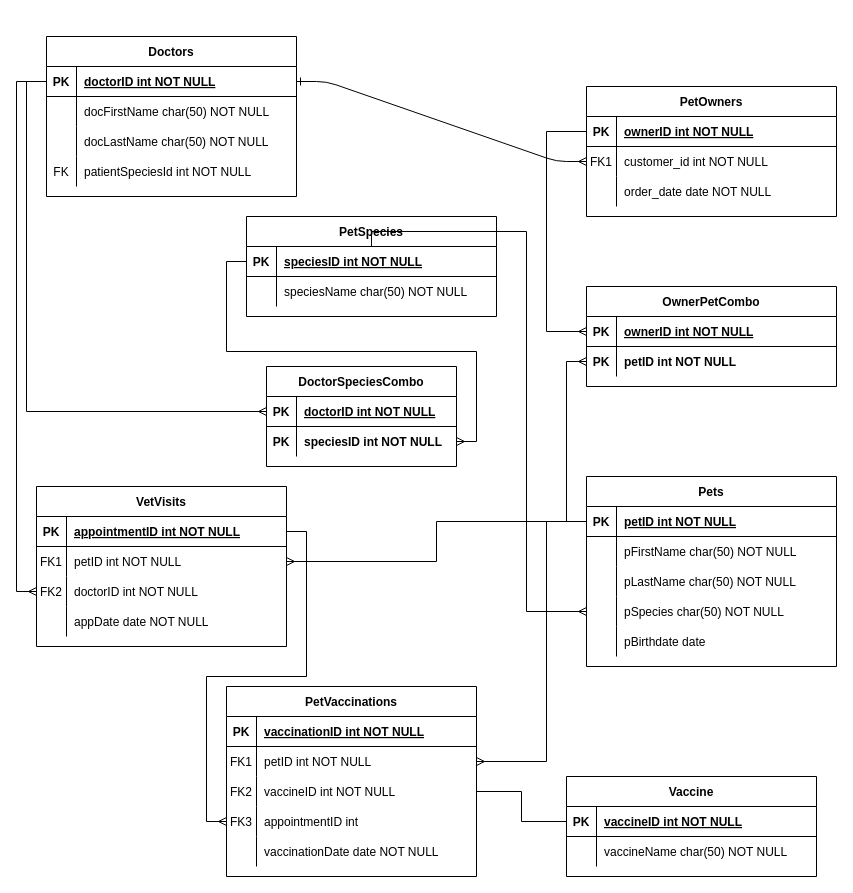
The draw.io diagram SQL stuff/In-class ERDs/Untitled Diagram.drawio in The-Software-Guild/git---github-B-Rust, before the edit. Source tidied: cells renumbered, new cells numbered last; positions are measured from the earlier drawing's top-left corner, leaving out a move shared by most shapes. Both pictures are drawn from the tidied source at 100%, with x=0, y=0 at pixel (36, 36).
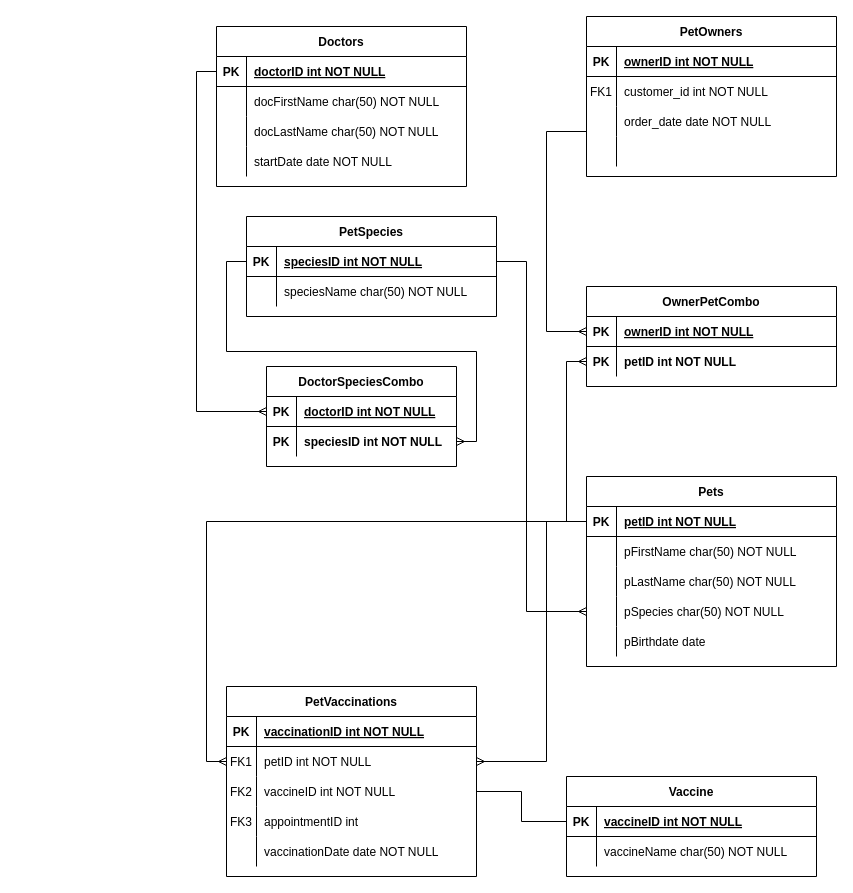
After the change.

The change refers to these unchanged cells:
```xml
<mxCell id="7" style="shape=partialRectangle;fillColor=none;points=[[0,0.5],[1,0.5]];portConstraint=eastwest;top=0;left=0;right=0;bottom=0;" parent="3" vertex="1">
  <mxGeometry y="60" width="250" height="30" as="geometry" />
</mxCell>
<mxCell id="14" style="shape=partialRectangle;fillColor=none;points=[[0,0.5],[1,0.5]];portConstraint=eastwest;top=0;left=0;right=0;bottom=1;" parent="13" vertex="1">
  <mxGeometry y="30" width="250" height="30" as="geometry" />
</mxCell>
<mxCell id="23" style="shape=partialRectangle;fillColor=none;points=[[0,0.5],[1,0.5]];portConstraint=eastwest;top=0;left=0;right=0;bottom=0;" parent="13" vertex="1">
  <mxGeometry y="120" width="250" height="30" as="geometry" />
</mxCell>
<mxCell id="30" style="shape=partialRectangle;fillColor=none;points=[[0,0.5],[1,0.5]];portConstraint=eastwest;top=0;left=0;right=0;bottom=1;" parent="29" vertex="1">
  <mxGeometry y="30" width="250" height="30" as="geometry" />
</mxCell>
<mxCell id="39" style="shape=partialRectangle;fillColor=none;top=0;left=0;right=0;bottom=0;" parent="29" vertex="1">
  <mxGeometry y="120" width="250" height="30" as="geometry" />
</mxCell>
<mxCell id="66" style="shape=partialRectangle;fillColor=none;points=[[0,0.5],[1,0.5]];portConstraint=eastwest;top=0;left=0;right=0;bottom=0;" parent="62" vertex="1">
  <mxGeometry y="60" width="250" height="30" as="geometry" />
</mxCell>
<mxCell id="72" style="shape=partialRectangle;fillColor=none;points=[[0,0.5],[1,0.5]];portConstraint=eastwest;top=0;left=0;right=0;bottom=0;" parent="62" vertex="1">
  <mxGeometry y="120" width="250" height="30" as="geometry" />
</mxCell>
<mxCell id="86" style="shape=partialRectangle;fillColor=none;points=[[0,0.5],[1,0.5]];portConstraint=eastwest;top=0;left=0;right=0;bottom=1;" parent="85" vertex="1">
  <mxGeometry y="30" width="250" height="30" as="geometry" />
</mxCell>
```

The edit, as a diff of the source:
```diff
@@
-    <mxCell id="2" style="edgeStyle=entityRelationEdgeStyle;endArrow=ERmany;startArrow=ERone;endFill=0;startFill=0;" parent="1" edge="1" source="30" target="7">
-      <mxGeometry relative="1" as="geometry" />
-    </mxCell>
     <mxCell id="3" value="PetOwners" style="shape=table;startSize=30;childLayout=tableLayout;rowLines=0;fontStyle=1;align=center;" parent="1" vertex="1">
-      <mxGeometry x="550" y="50" width="250" height="130" as="geometry" />
+      <mxGeometry x="550" y="-20" width="250" height="160" as="geometry" />
     </mxCell>
@@
+    <mxCell id="59" style="shape=partialRectangle;fillColor=none;top=0;left=0;right=0;bottom=0;" parent="3" vertex="1">
+      <mxGeometry y="120" width="250" height="30" as="geometry" />
+    </mxCell>
+    <mxCell id="60" style="shape=partialRectangle;overflow=hidden;fillColor=none;top=0;left=0;bottom=0;right=0;" parent="59" vertex="1">
+      <mxGeometry width="30" height="30" as="geometry" />
+    </mxCell>
+    <mxCell id="109" style="shape=partialRectangle;overflow=hidden;fillColor=none;top=0;left=0;bottom=0;right=0;align=left;spacingLeft=6;" parent="59" vertex="1">
+      <mxGeometry x="30" width="220" height="30" as="geometry" />
+    </mxCell>
@@
     <mxCell id="29" value="Doctors" style="shape=table;startSize=30;childLayout=tableLayout;rowLines=0;fontStyle=1;align=center;" parent="1" vertex="1">
-      <mxGeometry x="10" width="250" height="160" as="geometry" />
+      <mxGeometry x="180" y="-10" width="250" height="160" as="geometry" />
     </mxCell>
@@
-    <mxCell id="40" value="FK" style="shape=partialRectangle;overflow=hidden;fillColor=none;top=0;left=0;bottom=0;right=0;" parent="39" vertex="1">
+    <mxCell id="40" style="shape=partialRectangle;overflow=hidden;fillColor=none;top=0;left=0;bottom=0;right=0;" parent="39" vertex="1">
       <mxGeometry width="30" height="30" as="geometry" />
     </mxCell>
-    <mxCell id="41" value="patientSpeciesId int NOT NULL" style="shape=partialRectangle;overflow=hidden;fillColor=none;top=0;left=0;bottom=0;right=0;align=left;spacingLeft=6;" parent="39" vertex="1">
+    <mxCell id="41" value="startDate date NOT NULL" style="shape=partialRectangle;overflow=hidden;fillColor=none;top=0;left=0;bottom=0;right=0;align=left;spacingLeft=6;" parent="39" vertex="1">
       <mxGeometry x="30" width="220" height="30" as="geometry" />
     </mxCell>
@@
-    <mxCell id="49" value="VetVisits" style="shape=table;startSize=30;childLayout=tableLayout;rowLines=0;fontStyle=1;align=center;" parent="1" vertex="1">
-      <mxGeometry y="450" width="250" height="160" as="geometry" />
-    </mxCell>
-    <mxCell id="50" style="shape=partialRectangle;fillColor=none;points=[[0,0.5],[1,0.5]];portConstraint=eastwest;top=0;left=0;right=0;bottom=1;" parent="49" vertex="1">
-      <mxGeometry y="30" width="250" height="30" as="geometry" />
-    </mxCell>
-    <mxCell id="51" value="PK" style="shape=partialRectangle;overflow=hidden;fillColor=none;top=0;left=0;bottom=0;right=0;fontStyle=1;" parent="50" vertex="1">
-      <mxGeometry width="30" height="30" as="geometry" />
-    </mxCell>
-    <mxCell id="52" value="appointmentID int NOT NULL " style="shape=partialRectangle;overflow=hidden;fillColor=none;top=0;left=0;bottom=0;right=0;align=left;spacingLeft=6;fontStyle=5;" parent="50" vertex="1">
-      <mxGeometry x="30" width="220" height="30" as="geometry" />
-    </mxCell>
-    <mxCell id="53" style="shape=partialRectangle;fillColor=none;points=[[0,0.5],[1,0.5]];portConstraint=eastwest;top=0;left=0;right=0;bottom=0;" parent="49" vertex="1">
-      <mxGeometry y="60" width="250" height="30" as="geometry" />
-    </mxCell>
-    <mxCell id="54" value="FK1" style="shape=partialRectangle;overflow=hidden;fillColor=none;top=0;left=0;bottom=0;right=0;" parent="53" vertex="1">
-      <mxGeometry width="30" height="30" as="geometry" />
-    </mxCell>
-    <mxCell id="55" value="petID int NOT NULL" style="shape=partialRectangle;overflow=hidden;fillColor=none;top=0;left=0;bottom=0;right=0;align=left;spacingLeft=6;" parent="53" vertex="1">
-      <mxGeometry x="30" width="220" height="30" as="geometry" />
-    </mxCell>
-    <mxCell id="56" style="shape=partialRectangle;fillColor=none;points=[[0,0.5],[1,0.5]];portConstraint=eastwest;top=0;left=0;right=0;bottom=0;" parent="49" vertex="1">
-      <mxGeometry y="90" width="250" height="30" as="geometry" />
-    </mxCell>
-    <mxCell id="57" value="FK2" style="shape=partialRectangle;overflow=hidden;fillColor=none;top=0;left=0;bottom=0;right=0;" parent="56" vertex="1">
-      <mxGeometry width="30" height="30" as="geometry" />
-    </mxCell>
-    <mxCell id="58" value="doctorID int NOT NULL" style="shape=partialRectangle;overflow=hidden;fillColor=none;top=0;left=0;bottom=0;right=0;align=left;spacingLeft=6;" parent="56" vertex="1">
-      <mxGeometry x="30" width="220" height="30" as="geometry" />
-    </mxCell>
-    <mxCell id="59" style="shape=partialRectangle;fillColor=none;top=0;left=0;right=0;bottom=0;" parent="49" vertex="1">
-      <mxGeometry y="120" width="250" height="30" as="geometry" />
-    </mxCell>
-    <mxCell id="60" style="shape=partialRectangle;overflow=hidden;fillColor=none;top=0;left=0;bottom=0;right=0;" parent="59" vertex="1">
-      <mxGeometry width="30" height="30" as="geometry" />
-    </mxCell>
-    <mxCell id="61" value="appDate date NOT NULL" style="shape=partialRectangle;overflow=hidden;fillColor=none;top=0;left=0;bottom=0;right=0;align=left;spacingLeft=6;" parent="59" vertex="1">
-      <mxGeometry x="30" width="220" height="30" as="geometry" />
-    </mxCell>
@@
     <mxCell id="102" style="edgeStyle=orthogonalEdgeStyle;rounded=0;jettySize=auto;html=1;entryX=0;entryY=0.5;entryDx=0;entryDy=0;startArrow=none;startFill=0;endArrow=ERmany;endFill=0;" parent="1" edge="1" source="86" target="23">
       <mxGeometry relative="1" as="geometry">
         <Array as="points">
-          <mxPoint x="490" y="195" />
+          <mxPoint x="490" y="225" />
           <mxPoint x="490" y="575" />
         </Array>
       </mxGeometry>
     </mxCell>
@@
-    <mxCell id="105" style="edgeStyle=orthogonalEdgeStyle;rounded=0;jettySize=auto;html=1;entryX=0;entryY=0.5;entryDx=0;entryDy=0;startArrow=none;startFill=0;endArrow=ERmany;endFill=0;" parent="1" edge="1" source="30" target="56">
-      <mxGeometry relative="1" as="geometry" />
-    </mxCell>
-    <mxCell id="106" style="edgeStyle=orthogonalEdgeStyle;rounded=0;jettySize=auto;html=1;entryX=1;entryY=0.5;entryDx=0;entryDy=0;startArrow=none;startFill=0;endArrow=ERmany;endFill=0;" parent="1" edge="1" source="14" target="53">
+    <mxCell id="106" style="edgeStyle=orthogonalEdgeStyle;rounded=0;jettySize=auto;html=1;entryX=0;entryY=0.5;entryDx=0;entryDy=0;startArrow=none;startFill=0;endArrow=ERmany;endFill=0;" parent="1" edge="1" source="14" target="66">
       <mxGeometry relative="1" as="geometry" />
     </mxCell>
-    <mxCell id="107" style="edgeStyle=orthogonalEdgeStyle;rounded=0;jettySize=auto;html=1;entryX=0;entryY=0.5;entryDx=0;entryDy=0;startArrow=none;startFill=0;endArrow=ERmany;endFill=0;" parent="1" edge="1" source="50" target="72">
-      <mxGeometry relative="1" as="geometry" />
-    </mxCell>
```
